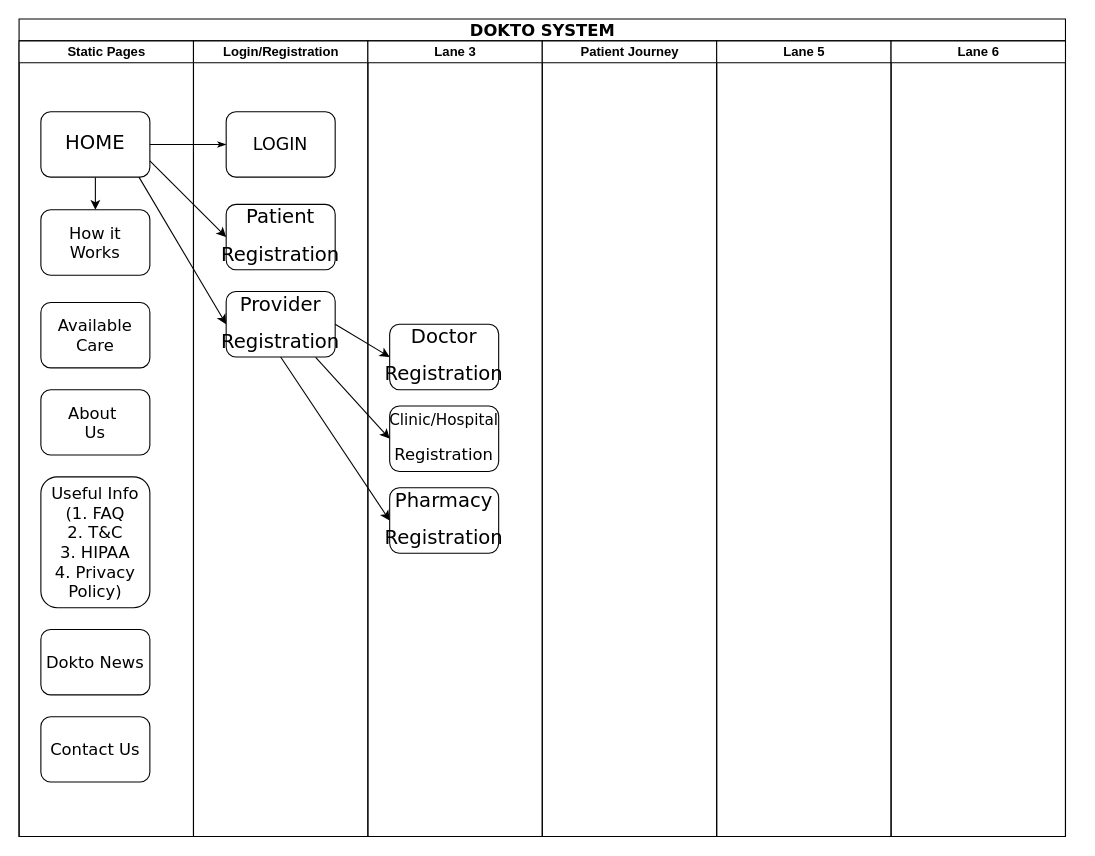
Before: system-architecture-overview-dokto.drawio in SaadAAkash/solution-architecture-diagrams, a draw.io diagram. Source tidied: cells renumbered, new cells numbered last; positions are measured from the earlier drawing's top-left corner, leaving out a move shared by most shapes. Both pictures are drawn from the tidied source at 109%, with x=0, y=0 at pixel (19, 19).
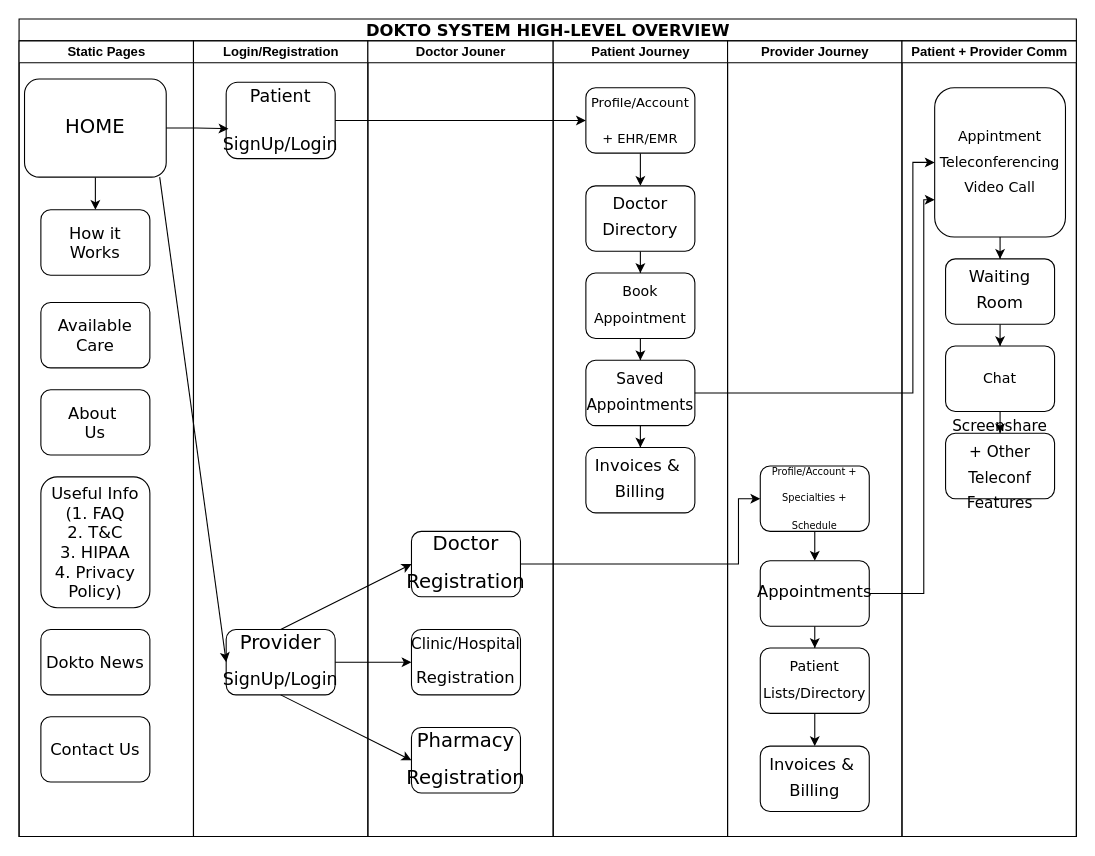
Above is the later version.

Unchanged cells that the change refers to:
```xml
<mxCell id="3" value="Static Pages" style="swimlane;html=1;startSize=20;" parent="2" vertex="1">
  <mxGeometry y="20" width="160" height="730" as="geometry" />
</mxCell>
<mxCell id="12" value="Login/Registration" style="swimlane;html=1;startSize=20;" parent="2" vertex="1">
  <mxGeometry x="160" y="20" width="160" height="730" as="geometry" />
</mxCell>
```

What changed in the source:
```diff
@@
-    <mxCell id="2" value="&lt;font style=&quot;font-size: 15px&quot;&gt;DOKTO SYSTEM&lt;/font&gt;" style="swimlane;html=1;startSize=20;rounded=0;shadow=0;labelBackgroundColor=none;strokeWidth=1;fontFamily=Verdana;fontSize=8;align=center;" parent="1" vertex="1">
-      <mxGeometry width="960" height="750" as="geometry" />
+    <mxCell id="2" value="&lt;font style=&quot;font-size: 15px&quot;&gt;DOKTO SYSTEM HIGH-LEVEL OVERVIEW&lt;/font&gt;" style="swimlane;html=1;startSize=20;rounded=0;shadow=0;labelBackgroundColor=none;strokeWidth=1;fontFamily=Verdana;fontSize=8;align=center;" parent="1" vertex="1">
+      <mxGeometry width="970" height="750" as="geometry" />
     </mxCell>
@@
     <mxCell id="5" value="&lt;p style=&quot;line-height: 270%&quot;&gt;&lt;font style=&quot;font-size: 18px&quot;&gt;HOME&lt;/font&gt;&lt;/p&gt;" style="rounded=1;whiteSpace=wrap;html=1;shadow=0;labelBackgroundColor=none;strokeWidth=1;fontFamily=Verdana;fontSize=8;align=center;" parent="3" vertex="1">
-      <mxGeometry x="20" y="65" width="100" height="60" as="geometry" />
+      <mxGeometry x="5" y="35" width="130" height="90" as="geometry" />
     </mxCell>
@@
-    <mxCell id="11" style="edgeStyle=orthogonalEdgeStyle;rounded=1;html=1;labelBackgroundColor=none;startArrow=none;startFill=0;startSize=5;endArrow=classicThin;endFill=1;endSize=5;jettySize=auto;strokeWidth=1;fontFamily=Verdana;fontSize=8;" parent="2" edge="1" source="5" target="13">
-      <mxGeometry relative="1" as="geometry" />
-    </mxCell>
@@
-    <mxCell id="13" value="&lt;font style=&quot;font-size: 16px&quot;&gt;LOGIN&lt;/font&gt;" style="rounded=1;whiteSpace=wrap;html=1;shadow=0;labelBackgroundColor=none;strokeWidth=1;fontFamily=Verdana;fontSize=8;align=center;" parent="12" vertex="1">
-      <mxGeometry x="30" y="65" width="100" height="60" as="geometry" />
-    </mxCell>
-    <mxCell id="14" value="&lt;p style=&quot;line-height: 270%&quot;&gt;&lt;font style=&quot;font-size: 18px&quot;&gt;Patient&lt;/font&gt;&lt;/p&gt;&lt;p style=&quot;line-height: 270%&quot;&gt;&lt;font style=&quot;font-size: 18px&quot;&gt;Registration&lt;/font&gt;&lt;/p&gt;" style="rounded=1;whiteSpace=wrap;html=1;shadow=0;labelBackgroundColor=none;strokeWidth=1;fontFamily=Verdana;fontSize=8;align=center;" parent="12" vertex="1">
-      <mxGeometry x="30" y="150" width="100" height="60" as="geometry" />
+    <mxCell id="14" value="&lt;p style=&quot;line-height: 270% ; font-size: 16px&quot;&gt;&lt;font style=&quot;font-size: 16px&quot;&gt;Patient SignUp&lt;/font&gt;&lt;span&gt;/Login&lt;/span&gt;&lt;/p&gt;" style="rounded=1;whiteSpace=wrap;html=1;shadow=0;labelBackgroundColor=none;strokeWidth=1;fontFamily=Verdana;fontSize=8;align=center;" parent="12" vertex="1">
+      <mxGeometry x="30" y="38" width="100" height="70" as="geometry" />
     </mxCell>
-    <mxCell id="15" value="&lt;p style=&quot;line-height: 270%&quot;&gt;&lt;font style=&quot;font-size: 18px&quot;&gt;Provider&lt;/font&gt;&lt;/p&gt;&lt;p style=&quot;line-height: 270%&quot;&gt;&lt;font style=&quot;font-size: 18px&quot;&gt;Registration&lt;/font&gt;&lt;/p&gt;" style="rounded=1;whiteSpace=wrap;html=1;shadow=0;labelBackgroundColor=none;strokeWidth=1;fontFamily=Verdana;fontSize=8;align=center;" parent="12" vertex="1">
-      <mxGeometry x="30" y="230" width="100" height="60" as="geometry" />
+    <mxCell id="15" value="&lt;p style=&quot;line-height: 270%&quot;&gt;&lt;font style=&quot;font-size: 18px&quot;&gt;Provider&lt;/font&gt;&lt;/p&gt;&lt;p style=&quot;line-height: 270%&quot;&gt;&lt;font style=&quot;font-size: 16px&quot;&gt;SignUp/Login&lt;/font&gt;&lt;/p&gt;" style="rounded=1;whiteSpace=wrap;html=1;shadow=0;labelBackgroundColor=none;strokeWidth=1;fontFamily=Verdana;fontSize=8;align=center;" parent="12" vertex="1">
+      <mxGeometry x="30" y="540" width="100" height="60" as="geometry" />
     </mxCell>
-    <mxCell id="16" value="Lane 3" style="swimlane;html=1;startSize=20;" parent="2" vertex="1">
-      <mxGeometry x="320" y="20" width="160" height="730" as="geometry" />
+    <mxCell id="16" value="Doctor Jouner" style="swimlane;html=1;startSize=20;" parent="2" vertex="1">
+      <mxGeometry x="320" y="20" width="170" height="730" as="geometry" />
     </mxCell>
     <mxCell id="17" value="&lt;p style=&quot;line-height: 270%&quot;&gt;&lt;span style=&quot;font-size: 14px&quot;&gt;Clinic/Hospital&lt;/span&gt;&lt;/p&gt;&lt;p style=&quot;line-height: 270%&quot;&gt;&lt;font style=&quot;font-size: 15px&quot;&gt;Registration&lt;/font&gt;&lt;/p&gt;" style="rounded=1;whiteSpace=wrap;html=1;shadow=0;labelBackgroundColor=none;strokeWidth=1;fontFamily=Verdana;fontSize=8;align=center;" parent="16" vertex="1">
-      <mxGeometry x="20" y="335" width="100" height="60" as="geometry" />
+      <mxGeometry x="40" y="540" width="100" height="60" as="geometry" />
     </mxCell>
     <mxCell id="18" value="&lt;p style=&quot;line-height: 270%&quot;&gt;&lt;font style=&quot;font-size: 18px&quot;&gt;Doctor&lt;/font&gt;&lt;/p&gt;&lt;p style=&quot;line-height: 270%&quot;&gt;&lt;font style=&quot;font-size: 18px&quot;&gt;Registration&lt;/font&gt;&lt;/p&gt;" style="rounded=1;whiteSpace=wrap;html=1;shadow=0;labelBackgroundColor=none;strokeWidth=1;fontFamily=Verdana;fontSize=8;align=center;" parent="16" vertex="1">
-      <mxGeometry x="20" y="260" width="100" height="60" as="geometry" />
+      <mxGeometry x="40" y="450" width="100" height="60" as="geometry" />
     </mxCell>
     <mxCell id="19" value="&lt;p style=&quot;line-height: 270%&quot;&gt;&lt;font style=&quot;font-size: 18px&quot;&gt;Pharmacy&lt;/font&gt;&lt;/p&gt;&lt;p style=&quot;line-height: 270%&quot;&gt;&lt;font style=&quot;font-size: 18px&quot;&gt;Registration&lt;/font&gt;&lt;/p&gt;" style="rounded=1;whiteSpace=wrap;html=1;shadow=0;labelBackgroundColor=none;strokeWidth=1;fontFamily=Verdana;fontSize=8;align=center;" parent="16" vertex="1">
-      <mxGeometry x="20" y="410" width="100" height="60" as="geometry" />
+      <mxGeometry x="40" y="630" width="100" height="60" as="geometry" />
     </mxCell>
     <mxCell id="20" value="Patient Journey" style="swimlane;html=1;startSize=20;" parent="2" vertex="1">
-      <mxGeometry x="480" y="20" width="160" height="730" as="geometry" />
+      <mxGeometry x="490" y="20" width="160" height="730" as="geometry" />
     </mxCell>
+    <mxCell id="29" style="edgeStyle=orthogonalEdgeStyle;rounded=0;jettySize=auto;html=1;" parent="20" edge="1" source="30" target="37">
+      <mxGeometry relative="1" as="geometry" />
+    </mxCell>
+    <mxCell id="30" value="&lt;p style=&quot;line-height: 270% ; font-size: 12px&quot;&gt;Profile/Account + EHR/EMR&lt;/p&gt;" style="rounded=1;whiteSpace=wrap;html=1;shadow=0;labelBackgroundColor=none;strokeWidth=1;fontFamily=Verdana;fontSize=8;align=center;" parent="20" vertex="1">
+      <mxGeometry x="30" y="43" width="100" height="60" as="geometry" />
+    </mxCell>
+    <mxCell id="31" style="edgeStyle=orthogonalEdgeStyle;rounded=0;jettySize=auto;html=1;entryX=0.5;entryY=0;entryDx=0;entryDy=0;" parent="20" edge="1" source="32" target="34">
+      <mxGeometry relative="1" as="geometry" />
+    </mxCell>
+    <mxCell id="32" value="&lt;p style=&quot;line-height: 270%&quot;&gt;&lt;font style=&quot;font-size: 13px&quot;&gt;Book Appointment&lt;/font&gt;&lt;/p&gt;" style="rounded=1;whiteSpace=wrap;html=1;shadow=0;labelBackgroundColor=none;strokeWidth=1;fontFamily=Verdana;fontSize=8;align=center;" parent="20" vertex="1">
+      <mxGeometry x="30" y="213" width="100" height="60" as="geometry" />
+    </mxCell>
+    <mxCell id="33" style="edgeStyle=orthogonalEdgeStyle;rounded=0;jettySize=auto;html=1;entryX=0.5;entryY=0;entryDx=0;entryDy=0;" parent="20" edge="1" source="34" target="35">
+      <mxGeometry relative="1" as="geometry" />
+    </mxCell>
+    <mxCell id="34" value="&lt;p style=&quot;line-height: 270%&quot;&gt;&lt;font style=&quot;font-size: 14px&quot;&gt;Saved Appointments&lt;/font&gt;&lt;/p&gt;" style="rounded=1;whiteSpace=wrap;html=1;shadow=0;labelBackgroundColor=none;strokeWidth=1;fontFamily=Verdana;fontSize=8;align=center;" parent="20" vertex="1">
+      <mxGeometry x="30" y="293" width="100" height="60" as="geometry" />
+    </mxCell>
+    <mxCell id="35" value="&lt;p style=&quot;line-height: 270%&quot;&gt;&lt;font style=&quot;font-size: 15px&quot;&gt;Invoices &amp;amp;&amp;nbsp; Billing&lt;/font&gt;&lt;/p&gt;" style="rounded=1;whiteSpace=wrap;html=1;shadow=0;labelBackgroundColor=none;strokeWidth=1;fontFamily=Verdana;fontSize=8;align=center;" parent="20" vertex="1">
+      <mxGeometry x="30" y="373" width="100" height="60" as="geometry" />
+    </mxCell>
+    <mxCell id="36" style="edgeStyle=orthogonalEdgeStyle;rounded=0;jettySize=auto;html=1;" parent="20" edge="1" source="37" target="32">
+      <mxGeometry relative="1" as="geometry" />
+    </mxCell>
+    <mxCell id="37" value="&lt;p style=&quot;line-height: 270%&quot;&gt;&lt;font style=&quot;font-size: 15px&quot;&gt;Doctor Directory&lt;/font&gt;&lt;/p&gt;" style="rounded=1;whiteSpace=wrap;html=1;shadow=0;labelBackgroundColor=none;strokeWidth=1;fontFamily=Verdana;fontSize=8;align=center;" parent="20" vertex="1">
+      <mxGeometry x="30" y="133" width="100" height="60" as="geometry" />
+    </mxCell>
-    <mxCell id="21" value="Lane 5" style="swimlane;html=1;startSize=20;" parent="2" vertex="1">
-      <mxGeometry x="640" y="20" width="160" height="730" as="geometry" />
+    <mxCell id="21" value="Provider Journey" style="swimlane;html=1;startSize=20;" parent="2" vertex="1">
+      <mxGeometry x="650" y="20" width="160" height="730" as="geometry" />
     </mxCell>
-    <mxCell id="22" value="Lane 6" style="swimlane;html=1;startSize=20;" parent="2" vertex="1">
-      <mxGeometry x="800" y="20" width="160" height="730" as="geometry" />
-    </mxCell>
-    <mxCell id="23" style="endArrow=classic;html=1;exitX=1;exitY=0.75;exitDx=0;exitDy=0;entryX=0;entryY=0.5;entryDx=0;entryDy=0;" parent="2" edge="1" source="5" target="14">
-      <mxGeometry relative="1" as="geometry" />
-    </mxCell>
+    <mxCell id="38" style="edgeStyle=orthogonalEdgeStyle;rounded=0;jettySize=auto;html=1;" parent="21" edge="1" source="39" target="44">
+      <mxGeometry relative="1" as="geometry" />
+    </mxCell>
+    <mxCell id="39" value="&lt;p style=&quot;line-height: 270% ; font-size: 9px&quot;&gt;Profile/Account + Specialties + Schedule&lt;/p&gt;" style="rounded=1;whiteSpace=wrap;html=1;shadow=0;labelBackgroundColor=none;strokeWidth=1;fontFamily=Verdana;fontSize=8;align=center;" parent="21" vertex="1">
+      <mxGeometry x="30" y="390" width="100" height="60" as="geometry" />
+    </mxCell>
+    <mxCell id="40" style="edgeStyle=orthogonalEdgeStyle;rounded=0;jettySize=auto;html=1;entryX=0.5;entryY=0;entryDx=0;entryDy=0;" parent="21" edge="1" source="41" target="42">
+      <mxGeometry relative="1" as="geometry" />
+    </mxCell>
+    <mxCell id="41" value="&lt;p style=&quot;line-height: 270%&quot;&gt;&lt;font style=&quot;font-size: 13px&quot;&gt;Patient Lists/Directory&lt;/font&gt;&lt;/p&gt;" style="rounded=1;whiteSpace=wrap;html=1;shadow=0;labelBackgroundColor=none;strokeWidth=1;fontFamily=Verdana;fontSize=8;align=center;" parent="21" vertex="1">
+      <mxGeometry x="30" y="557" width="100" height="60" as="geometry" />
+    </mxCell>
+    <mxCell id="42" value="&lt;p style=&quot;line-height: 270%&quot;&gt;&lt;font style=&quot;font-size: 15px&quot;&gt;Invoices &amp;amp;&amp;nbsp; Billing&lt;/font&gt;&lt;/p&gt;" style="rounded=1;whiteSpace=wrap;html=1;shadow=0;labelBackgroundColor=none;strokeWidth=1;fontFamily=Verdana;fontSize=8;align=center;" parent="21" vertex="1">
+      <mxGeometry x="30" y="647" width="100" height="60" as="geometry" />
+    </mxCell>
+    <mxCell id="43" style="edgeStyle=orthogonalEdgeStyle;rounded=0;jettySize=auto;html=1;entryX=0.5;entryY=0;entryDx=0;entryDy=0;" parent="21" edge="1" source="44" target="41">
+      <mxGeometry relative="1" as="geometry" />
+    </mxCell>
+    <mxCell id="44" value="&lt;p style=&quot;line-height: 270%&quot;&gt;&lt;font style=&quot;font-size: 15px&quot;&gt;Appointments&lt;/font&gt;&lt;/p&gt;" style="rounded=1;whiteSpace=wrap;html=1;shadow=0;labelBackgroundColor=none;strokeWidth=1;fontFamily=Verdana;fontSize=8;align=center;" parent="21" vertex="1">
+      <mxGeometry x="30" y="477" width="100" height="60" as="geometry" />
+    </mxCell>
-    <mxCell id="24" style="endArrow=classic;html=1;entryX=0;entryY=0.5;entryDx=0;entryDy=0;" parent="2" edge="1" target="15">
-      <mxGeometry relative="1" as="geometry">
-        <mxPoint x="110" y="145" as="sourcePoint" />
-      </mxGeometry>
+    <mxCell id="24" style="endArrow=classic;html=1;entryX=0;entryY=0.5;entryDx=0;entryDy=0;exitX=0.954;exitY=1;exitDx=0;exitDy=0;exitPerimeter=0;" parent="2" edge="1" source="5" target="15">
+      <mxGeometry relative="1" as="geometry" />
     </mxCell>
-    <mxCell id="25" style="endArrow=classic;html=1;exitX=1;exitY=0.5;exitDx=0;exitDy=0;entryX=0;entryY=0.5;entryDx=0;entryDy=0;" parent="2" edge="1" source="15" target="18">
+    <mxCell id="25" style="endArrow=classic;html=1;exitX=0.5;exitY=0;exitDx=0;exitDy=0;entryX=0;entryY=0.5;entryDx=0;entryDy=0;" parent="2" edge="1" source="15" target="18">
       <mxGeometry relative="1" as="geometry" />
     </mxCell>
-    <mxCell id="26" style="endArrow=classic;html=1;entryX=0;entryY=0.5;entryDx=0;entryDy=0;exitX=0.821;exitY=1.006;exitDx=0;exitDy=0;exitPerimeter=0;" parent="2" edge="1" source="15" target="17">
+    <mxCell id="26" style="endArrow=classic;html=1;entryX=0;entryY=0.5;entryDx=0;entryDy=0;exitX=1;exitY=0.5;exitDx=0;exitDy=0;" parent="2" edge="1" source="15" target="17">
       <mxGeometry relative="1" as="geometry" />
     </mxCell>
@@
+    <mxCell id="45" style="endArrow=classic;html=1;exitX=1;exitY=0.5;exitDx=0;exitDy=0;entryX=0;entryY=0.5;entryDx=0;entryDy=0;" parent="2" edge="1" source="14" target="30">
+      <mxGeometry relative="1" as="geometry" />
+    </mxCell>
+    <mxCell id="23" style="edgeStyle=orthogonalEdgeStyle;rounded=0;jettySize=auto;html=1;entryX=0.021;entryY=0.608;entryDx=0;entryDy=0;entryPerimeter=0;" parent="2" edge="1" source="5" target="14">
+      <mxGeometry relative="1" as="geometry" />
+    </mxCell>
+    <mxCell id="46" style="edgeStyle=orthogonalEdgeStyle;rounded=0;jettySize=auto;html=1;entryX=0;entryY=0.5;entryDx=0;entryDy=0;" parent="2" edge="1" source="18" target="39">
+      <mxGeometry relative="1" as="geometry">
+        <Array as="points">
+          <mxPoint x="660" y="500" />
+          <mxPoint x="660" y="440" />
+        </Array>
+      </mxGeometry>
+    </mxCell>
+    <mxCell id="22" value="Patient + Provider Comm" style="swimlane;html=1;startSize=20;" parent="2" vertex="1">
+      <mxGeometry x="810" y="20" width="160" height="730" as="geometry" />
+    </mxCell>
+    <mxCell id="47" style="edgeStyle=orthogonalEdgeStyle;rounded=0;jettySize=auto;html=1;" parent="22" edge="1" source="48" target="53">
+      <mxGeometry relative="1" as="geometry" />
+    </mxCell>
+    <mxCell id="48" value="&lt;p style=&quot;line-height: 270%&quot;&gt;&lt;font style=&quot;font-size: 13px&quot;&gt;Appintment Teleconferencing Video Call&lt;/font&gt;&lt;/p&gt;" style="rounded=1;whiteSpace=wrap;html=1;shadow=0;labelBackgroundColor=none;strokeWidth=1;fontFamily=Verdana;fontSize=8;align=center;" parent="22" vertex="1">
+      <mxGeometry x="30" y="43" width="120" height="137" as="geometry" />
+    </mxCell>
+    <mxCell id="49" style="edgeStyle=orthogonalEdgeStyle;rounded=0;jettySize=auto;html=1;entryX=0.5;entryY=0;entryDx=0;entryDy=0;" parent="22" edge="1" source="50" target="51">
+      <mxGeometry relative="1" as="geometry" />
+    </mxCell>
+    <mxCell id="50" value="&lt;p style=&quot;line-height: 270%&quot;&gt;&lt;font style=&quot;font-size: 13px&quot;&gt;Chat&lt;/font&gt;&lt;/p&gt;" style="rounded=1;whiteSpace=wrap;html=1;shadow=0;labelBackgroundColor=none;strokeWidth=1;fontFamily=Verdana;fontSize=8;align=center;" parent="22" vertex="1">
+      <mxGeometry x="40" y="280" width="100" height="60" as="geometry" />
+    </mxCell>
+    <mxCell id="51" value="&lt;p style=&quot;line-height: 270%&quot;&gt;&lt;span style=&quot;font-size: 14px&quot;&gt;Screenshare + O&lt;/span&gt;&lt;span style=&quot;font-size: 14px&quot;&gt;ther Teleconf Features&lt;/span&gt;&lt;/p&gt;" style="rounded=1;whiteSpace=wrap;html=1;shadow=0;labelBackgroundColor=none;strokeWidth=1;fontFamily=Verdana;fontSize=8;align=center;" parent="22" vertex="1">
+      <mxGeometry x="40" y="360" width="100" height="60" as="geometry" />
+    </mxCell>
+    <mxCell id="52" style="edgeStyle=orthogonalEdgeStyle;rounded=0;jettySize=auto;html=1;entryX=0.5;entryY=0;entryDx=0;entryDy=0;" parent="22" edge="1" source="53" target="50">
+      <mxGeometry relative="1" as="geometry" />
+    </mxCell>
+    <mxCell id="53" value="&lt;p style=&quot;line-height: 270%&quot;&gt;&lt;font style=&quot;font-size: 15px&quot;&gt;Waiting Room&lt;/font&gt;&lt;/p&gt;" style="rounded=1;whiteSpace=wrap;html=1;shadow=0;labelBackgroundColor=none;strokeWidth=1;fontFamily=Verdana;fontSize=8;align=center;" parent="22" vertex="1">
+      <mxGeometry x="40" y="200" width="100" height="60" as="geometry" />
+    </mxCell>
+    <mxCell id="54" style="edgeStyle=orthogonalEdgeStyle;rounded=0;jettySize=auto;html=1;entryX=0;entryY=0.5;entryDx=0;entryDy=0;" parent="2" edge="1" source="34" target="48">
+      <mxGeometry relative="1" as="geometry">
+        <Array as="points">
+          <mxPoint x="820" y="343" />
+          <mxPoint x="820" y="132" />
+        </Array>
+      </mxGeometry>
+    </mxCell>
+    <mxCell id="55" style="edgeStyle=orthogonalEdgeStyle;rounded=0;jettySize=auto;html=1;entryX=0;entryY=0.75;entryDx=0;entryDy=0;" parent="2" edge="1" source="44" target="48">
+      <mxGeometry relative="1" as="geometry">
+        <Array as="points">
+          <mxPoint x="830" y="527" />
+          <mxPoint x="830" y="166" />
+        </Array>
+      </mxGeometry>
+    </mxCell>
```
